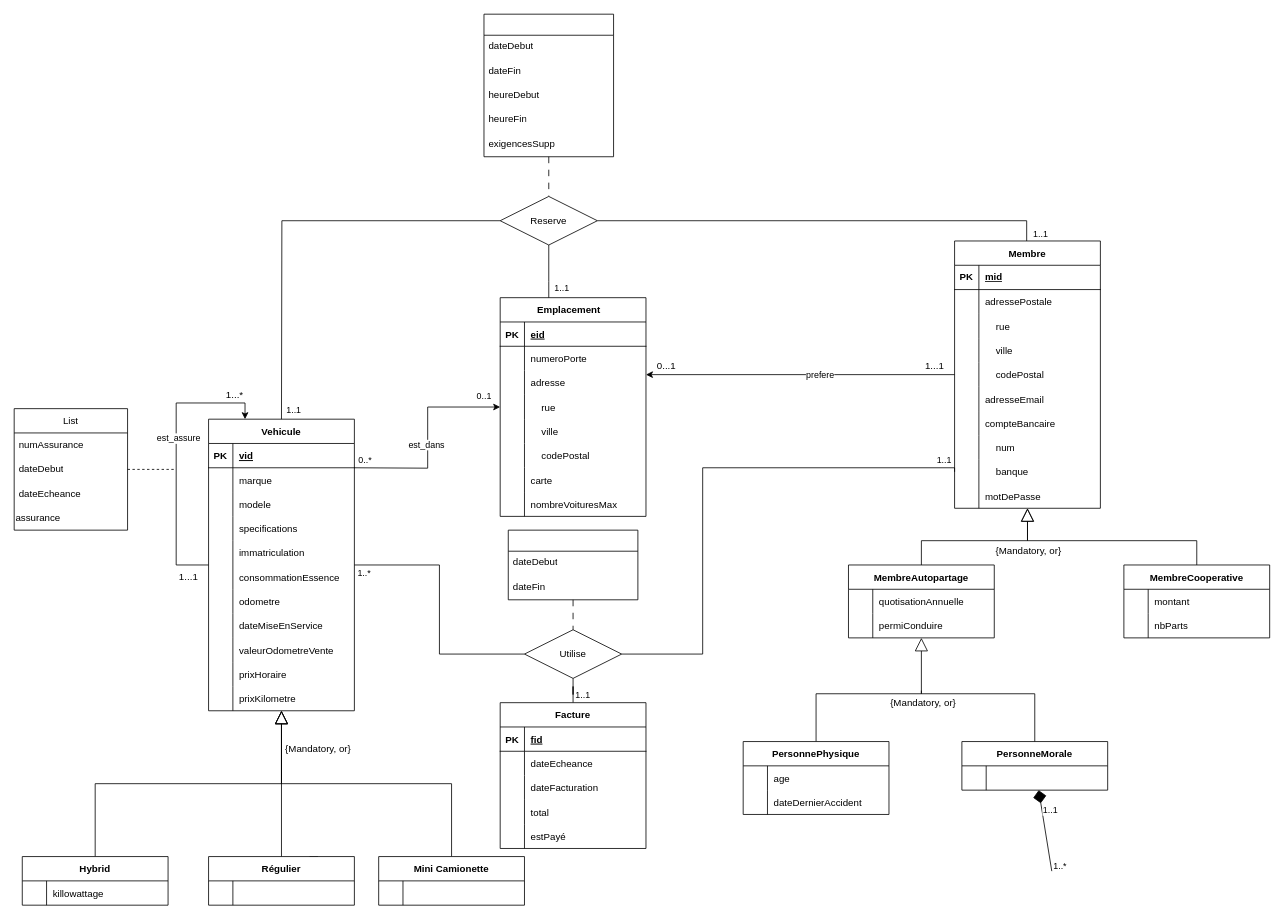
The draw.io diagram Tp4_Diagram.drawio in R0ma01/INF_3710_tp4, before the edit. Source tidied: cells renumbered, new cells numbered last; positions are measured from the earlier drawing's top-left corner, leaving out a move shared by most shapes. Both pictures are drawn from the tidied source at 81%, with x=0, y=0 at pixel (14, 14).
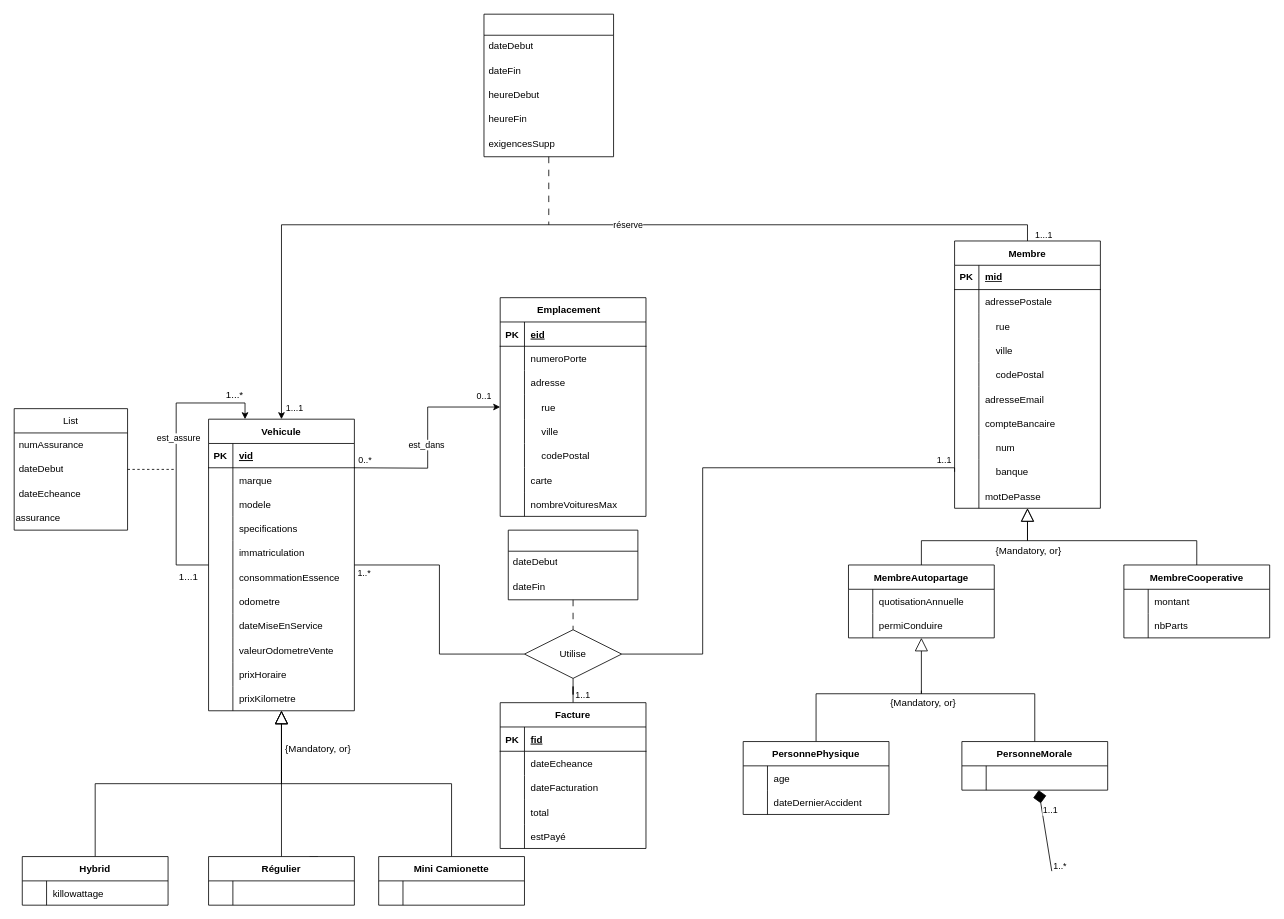
The same diagram, later.

Unchanged cells that the change refers to:
```xml
<mxCell id="2" value="Emplacement   " style="shape=table;startSize=30;childLayout=tableLayout;rowLines=0;fontStyle=1;align=center;" parent="1" vertex="1">
  <mxGeometry x="600" y="350" width="180" height="270" as="geometry" />
</mxCell>
<mxCell id="27" value="Vehicule" style="shape=table;startSize=30;childLayout=tableLayout;rowLines=0;fontStyle=1;align=center;" parent="1" vertex="1">
  <mxGeometry x="240" y="500" width="180" height="360" as="geometry" />
</mxCell>
<mxCell id="108" value="Membre" style="shape=table;startSize=30;childLayout=tableLayout;rowLines=0;fontStyle=1;align=center;" parent="1" vertex="1">
  <mxGeometry x="1161" y="280" width="180" height="330" as="geometry" />
</mxCell>
<mxCell id="153" style="swimlane;fontStyle=0;horizontal=1;startSize=26;align=center;fontSize=14;" parent="1" vertex="1">
  <mxGeometry x="580" width="160" height="176" as="geometry" />
</mxCell>
```

Diff of the diagram source:
```diff
@@
+    <mxCell id="206" style="edgeStyle=orthogonalEdgeStyle;rounded=0;jettySize=auto;html=1;exitX=0.5;exitY=0;exitDx=0;exitDy=0;entryX=0.5;entryY=0;entryDx=0;entryDy=0;" parent="1" edge="1" source="108" target="27">
+      <mxGeometry relative="1" as="geometry" />
+    </mxCell>
+    <mxCell id="207" value="1...1" style="edgeLabel;html=1;align=center;verticalAlign=middle;" parent="206" vertex="1">
+      <mxGeometry x="0.96" y="3" relative="1" as="geometry">
+        <mxPoint x="12" y="9" as="offset" />
+      </mxGeometry>
+    </mxCell>
+    <mxCell id="208" value="1...1" style="edgeLabel;html=1;align=center;verticalAlign=middle;" parent="206" vertex="1">
+      <mxGeometry x="-0.98" relative="1" as="geometry">
+        <mxPoint x="19" y="4" as="offset" />
+      </mxGeometry>
+    </mxCell>
+    <mxCell id="209" value="réserve" style="edgeLabel;html=1;align=center;verticalAlign=middle;" parent="206" vertex="1">
+      <mxGeometry x="-0.13" relative="1" as="geometry" />
+    </mxCell>
@@
-    <mxCell id="147" style="edgeStyle=orthogonalEdgeStyle;rounded=0;jettySize=auto;html=1;" parent="1" edge="1" source="108" target="2">
-      <mxGeometry relative="1" as="geometry">
-        <Array as="points">
-          <mxPoint x="730" y="370" />
-        </Array>
-      </mxGeometry>
-    </mxCell>
-    <mxCell id="148" value="prefere" style="edgeLabel;html=1;align=center;verticalAlign=middle;" parent="147" vertex="1">
-      <mxGeometry x="-0.13" y="2" relative="1" as="geometry">
-        <mxPoint x="-1" y="-2" as="offset" />
-      </mxGeometry>
-    </mxCell>
@@
-    <mxCell id="152" style="edgeStyle=orthogonalEdgeStyle;rounded=0;jettySize=auto;html=1;endArrow=none;endFill=0;dashed=1;dashPattern=8 8;" parent="1" edge="1" source="153" target="165">
-      <mxGeometry relative="1" as="geometry" />
+    <mxCell id="152" style="edgeStyle=orthogonalEdgeStyle;rounded=0;jettySize=auto;html=1;endArrow=none;endFill=0;dashed=1;dashPattern=8 8;" parent="1" edge="1" source="153">
+      <mxGeometry relative="1" as="geometry">
+        <mxPoint x="660" y="260" as="targetPoint" />
+      </mxGeometry>
     </mxCell>
@@
-    <mxCell id="159" style="edgeStyle=orthogonalEdgeStyle;rounded=0;jettySize=auto;html=1;endArrow=none;endFill=0;" parent="1" edge="1" source="165">
-      <mxGeometry relative="1" as="geometry">
-        <mxPoint x="330" y="500" as="targetPoint" />
-      </mxGeometry>
-    </mxCell>
-    <mxCell id="160" value="1..1" style="edgeLabel;html=1;align=center;verticalAlign=middle;" parent="159" vertex="1">
-      <mxGeometry x="0.91" y="1" relative="1" as="geometry">
-        <mxPoint x="13" y="12" as="offset" />
-      </mxGeometry>
-    </mxCell>
-    <mxCell id="161" style="edgeStyle=orthogonalEdgeStyle;rounded=0;jettySize=auto;html=1;endArrow=none;endFill=0;" parent="1" edge="1" source="108" target="165">
-      <mxGeometry relative="1" as="geometry">
-        <Array as="points">
-          <mxPoint x="1250" y="255" />
-        </Array>
-      </mxGeometry>
-    </mxCell>
-    <mxCell id="162" value="1..1" style="edgeLabel;html=1;align=center;verticalAlign=middle;" parent="161" vertex="1">
-      <mxGeometry x="-0.87" y="-1" relative="1" as="geometry">
-        <mxPoint x="27" y="16" as="offset" />
-      </mxGeometry>
-    </mxCell>
-    <mxCell id="163" style="edgeStyle=orthogonalEdgeStyle;rounded=0;jettySize=auto;html=1;exitX=0.5;exitY=1;exitDx=0;exitDy=0;endArrow=none;endFill=0;" parent="1" edge="1" source="165" target="2">
-      <mxGeometry relative="1" as="geometry">
-        <Array as="points">
-          <mxPoint x="660" y="330" />
-          <mxPoint x="660" y="330" />
-        </Array>
-      </mxGeometry>
-    </mxCell>
-    <mxCell id="164" value="1..1" style="edgeLabel;html=1;align=center;verticalAlign=middle;" parent="163" vertex="1">
-      <mxGeometry x="0.24" y="1" relative="1" as="geometry">
-        <mxPoint x="14" y="12" as="offset" />
-      </mxGeometry>
-    </mxCell>
-    <mxCell id="165" value="Reserve" style="shape=rhombus;perimeter=rhombusPerimeter;whiteSpace=wrap;html=1;align=center;" parent="1" vertex="1">
-      <mxGeometry x="600" y="225" width="120" height="60" as="geometry" />
-    </mxCell>
@@
-    <mxCell id="204" value="1...1" style="text;html=1;align=center;verticalAlign=middle;strokeColor=none;fillColor=none;" parent="1" vertex="1">
-      <mxGeometry x="1111" y="420" width="50" height="30" as="geometry" />
-    </mxCell>
-    <mxCell id="205" value="0...1" style="text;html=1;align=center;verticalAlign=middle;strokeColor=none;fillColor=none;" parent="1" vertex="1">
-      <mxGeometry x="780" y="420" width="50" height="30" as="geometry" />
-    </mxCell>
```
